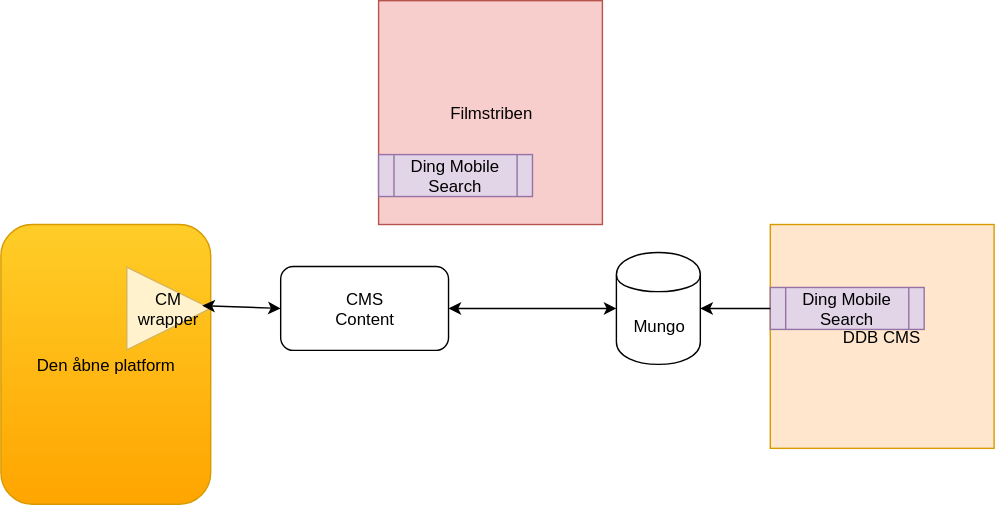
This is CMScontent_wrapper.svg from danskernesdigitalebibliotek/public, a draw.io export, as it was before one commit. Source tidied: cells renumbered, new cells last; positions are measured from the earlier drawing's top-left corner, leaving out a move shared by most shapes.
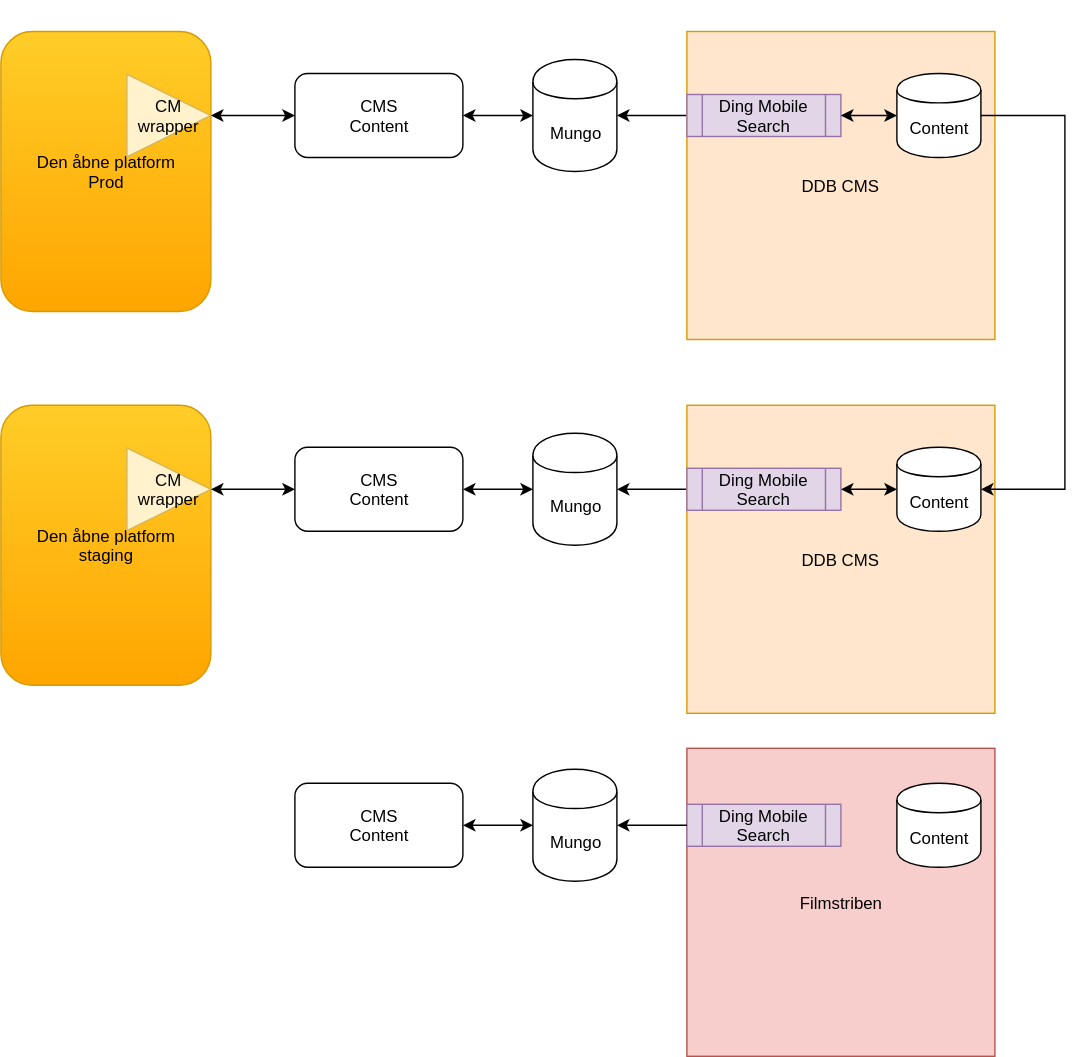
After the commit.

Change to the diagram source:
```diff
@@ -2,44 +2,121 @@
   <root>
     <mxCell id="0" />
     <mxCell id="1" parent="0" />
-    <mxCell id="2" value="Den åbne platform" style="rounded=1;whiteSpace=wrap;html=1;fillColor=#ffcd28;strokeColor=#d79b00;gradientColor=#ffa500;" parent="1" vertex="1">
-      <mxGeometry y="160" width="150" height="200" as="geometry" />
+    <mxCell id="2" value="Den åbne platform&lt;div&gt;Prod&lt;/div&gt;" style="rounded=1;whiteSpace=wrap;html=1;fillColor=#ffcd28;strokeColor=#d79b00;gradientColor=#ffa500;" parent="1" vertex="1">
+      <mxGeometry x="-10" y="58" width="150" height="200" as="geometry" />
     </mxCell>
     <mxCell id="3" value="CM&lt;br&gt;wrapper" style="triangle;whiteSpace=wrap;html=1;fillColor=#fff2cc;strokeColor=#d6b656;" parent="2" vertex="1">
       <mxGeometry x="90" y="30.5" width="60" height="59.1" as="geometry" />
     </mxCell>
-    <mxCell id="4" value="Filmstriben" style="whiteSpace=wrap;html=1;fillColor=#f8cecc;strokeColor=#b85450;" parent="1" vertex="1">
-      <mxGeometry x="270" width="160" height="160" as="geometry" />
-    </mxCell>
-    <mxCell id="5" style="endArrow=classic;startArrow=classic;html=1;entryX=0;entryY=0.5;exitX=0.9;exitY=0.468;exitPerimeter=0;" parent="1" edge="1" source="3" target="8">
+    <mxCell id="5" style="endArrow=classic;startArrow=classic;html=1;entryX=0;entryY=0.5;exitX=1;exitY=0.5;edgeStyle=orthogonalEdgeStyle;" parent="1" edge="1" source="3" target="8">
       <mxGeometry relative="1" as="geometry" />
     </mxCell>
     <mxCell id="6" style="edgeStyle=orthogonalEdgeStyle;rounded=0;html=1;exitX=0.5;exitY=1;entryX=0.5;entryY=1;jettySize=auto;orthogonalLoop=1;fillColor=#e1d5e7;strokeColor=#9673a6;" parent="1" edge="1">
       <mxGeometry relative="1" as="geometry">
-        <mxPoint x="310" y="145" as="sourcePoint" />
-        <mxPoint x="310" y="145" as="targetPoint" />
+        <mxPoint x="340" y="43" as="sourcePoint" />
+        <mxPoint x="340" y="43" as="targetPoint" />
       </mxGeometry>
     </mxCell>
     <mxCell id="7" value="Mungo" style="shape=cylinder;whiteSpace=wrap;html=1;boundedLbl=1;" parent="1" vertex="1">
-      <mxGeometry x="440" y="180" width="60" height="80" as="geometry" />
+      <mxGeometry x="370" y="78" width="60" height="80" as="geometry" />
     </mxCell>
     <mxCell id="8" value="&lt;span&gt;CMS&lt;/span&gt;&lt;br&gt;&lt;span&gt;Content&lt;/span&gt;" style="rounded=1;whiteSpace=wrap;html=1;" parent="1" vertex="1">
-      <mxGeometry x="200" y="190" width="120" height="60" as="geometry" />
+      <mxGeometry x="200" y="88" width="120" height="60" as="geometry" />
     </mxCell>
+    <mxCell id="11" style="endArrow=classic;html=1;exitX=0;exitY=0.5;entryX=1;entryY=0.5;" parent="1" edge="1" source="10" target="7">
+      <mxGeometry relative="1" as="geometry" />
+    </mxCell>
+    <mxCell id="13" style="endArrow=classic;startArrow=classic;html=1;entryX=1;entryY=0.5;exitX=0;exitY=0.5;" parent="1" edge="1" source="7" target="8">
+      <mxGeometry relative="1" as="geometry" />
+    </mxCell>
+    <mxCell id="14" style="group;" parent="1" vertex="1">
+      <mxGeometry x="480" y="58" width="220" height="220" as="geometry" />
+    </mxCell>
-    <mxCell id="9" value="DDB CMS" style="whiteSpace=wrap;html=1;fillColor=#ffe6cc;strokeColor=#d79b00;" parent="1" vertex="1">
-      <mxGeometry x="550" y="160" width="160" height="160" as="geometry" />
+    <mxCell id="9" value="DDB CMS" style="whiteSpace=wrap;html=1;fillColor=#ffe6cc;strokeColor=#d79b00;" parent="14" vertex="1">
+      <mxGeometry width="220" height="220" as="geometry" />
     </mxCell>
-    <mxCell id="10" value="Ding Mobile Search" style="shape=process;whiteSpace=wrap;html=1;fillColor=#e1d5e7;strokeColor=#9673a6;" parent="1" vertex="1">
-      <mxGeometry x="550" y="205" width="110" height="30" as="geometry" />
+    <mxCell id="10" value="Ding Mobile Search" style="shape=process;whiteSpace=wrap;html=1;fillColor=#e1d5e7;strokeColor=#9673a6;" parent="14" vertex="1">
+      <mxGeometry y="45" width="110" height="30" as="geometry" />
     </mxCell>
-    <mxCell id="11" style="endArrow=classic;html=1;exitX=0;exitY=0.5;entryX=1;entryY=0.5;" parent="1" edge="1" source="10" target="7">
-      <mxGeometry relative="1" as="geometry" />
-    </mxCell>
+    <mxCell id="15" value="Content" style="shape=cylinder;whiteSpace=wrap;html=1;boundedLbl=1;" parent="14" vertex="1">
+      <mxGeometry x="150" y="30" width="60" height="60" as="geometry" />
+    </mxCell>
+    <mxCell id="16" style="endArrow=classic;startArrow=classic;html=1;exitX=0;exitY=0.5;entryX=1;entryY=0.5;" parent="14" edge="1" source="15" target="10">
+      <mxGeometry relative="1" as="geometry" />
+    </mxCell>
+    <mxCell id="17" value="Den åbne platform&lt;div&gt;staging&lt;/div&gt;" style="rounded=1;whiteSpace=wrap;html=1;fillColor=#ffcd28;strokeColor=#d79b00;gradientColor=#ffa500;" parent="1" vertex="1">
+      <mxGeometry x="-10" y="325" width="150" height="200" as="geometry" />
+    </mxCell>
+    <mxCell id="18" value="CM&lt;br&gt;wrapper" style="triangle;whiteSpace=wrap;html=1;fillColor=#fff2cc;strokeColor=#d6b656;" parent="17" vertex="1">
+      <mxGeometry x="90" y="30.5" width="60" height="59.1" as="geometry" />
+    </mxCell>
+    <mxCell id="19" style="endArrow=classic;startArrow=classic;html=1;entryX=0;entryY=0.5;exitX=1;exitY=0.5;" parent="1" edge="1" source="18" target="22">
+      <mxGeometry relative="1" as="geometry" />
+    </mxCell>
+    <mxCell id="20" style="edgeStyle=orthogonalEdgeStyle;rounded=0;html=1;exitX=0.5;exitY=1;entryX=0.5;entryY=1;jettySize=auto;orthogonalLoop=1;fillColor=#e1d5e7;strokeColor=#9673a6;" parent="1" edge="1">
+      <mxGeometry relative="1" as="geometry">
+        <mxPoint x="340" y="310" as="sourcePoint" />
+        <mxPoint x="340" y="310" as="targetPoint" />
+      </mxGeometry>
+    </mxCell>
+    <mxCell id="21" value="Mungo" style="shape=cylinder;whiteSpace=wrap;html=1;boundedLbl=1;" parent="1" vertex="1">
+      <mxGeometry x="370" y="345" width="60" height="80" as="geometry" />
+    </mxCell>
+    <mxCell id="22" value="&lt;span&gt;CMS&lt;/span&gt;&lt;br&gt;&lt;span&gt;Content&lt;/span&gt;" style="rounded=1;whiteSpace=wrap;html=1;" parent="1" vertex="1">
+      <mxGeometry x="200" y="355" width="120" height="60" as="geometry" />
+    </mxCell>
+    <mxCell id="23" style="endArrow=classic;html=1;exitX=0;exitY=0.5;entryX=1;entryY=0.5;" parent="1" edge="1" source="27" target="21">
+      <mxGeometry relative="1" as="geometry" />
+    </mxCell>
+    <mxCell id="24" style="endArrow=classic;startArrow=classic;html=1;entryX=1;entryY=0.5;exitX=0;exitY=0.5;" parent="1" edge="1" source="21" target="22">
+      <mxGeometry relative="1" as="geometry" />
+    </mxCell>
+    <mxCell id="25" style="group;" parent="1" vertex="1">
+      <mxGeometry x="480" y="325" width="220" height="220" as="geometry" />
+    </mxCell>
+    <mxCell id="26" value="DDB CMS" style="whiteSpace=wrap;html=1;fillColor=#ffe6cc;strokeColor=#d79b00;" parent="25" vertex="1">
+      <mxGeometry width="220" height="220" as="geometry" />
+    </mxCell>
+    <mxCell id="27" value="Ding Mobile Search" style="shape=process;whiteSpace=wrap;html=1;fillColor=#e1d5e7;strokeColor=#9673a6;" parent="25" vertex="1">
+      <mxGeometry y="45" width="110" height="30" as="geometry" />
+    </mxCell>
+    <mxCell id="28" value="Content" style="shape=cylinder;whiteSpace=wrap;html=1;boundedLbl=1;" parent="25" vertex="1">
+      <mxGeometry x="150" y="30" width="60" height="60" as="geometry" />
+    </mxCell>
+    <mxCell id="29" style="endArrow=classic;startArrow=classic;html=1;exitX=0;exitY=0.5;entryX=1;entryY=0.5;" parent="25" edge="1" source="28" target="27">
+      <mxGeometry relative="1" as="geometry" />
+    </mxCell>
+    <mxCell id="30" style="edgeStyle=orthogonalEdgeStyle;rounded=0;html=1;exitX=1;exitY=0.5;entryX=1;entryY=0.5;jettySize=auto;" parent="1" edge="1" source="15" target="28">
+      <mxGeometry relative="1" as="geometry">
+        <Array as="points">
+          <mxPoint x="750" y="118" />
+          <mxPoint x="750" y="385" />
+        </Array>
+      </mxGeometry>
+    </mxCell>
+    <mxCell id="31" style="group;" parent="1" vertex="1">
+      <mxGeometry x="480" y="570" width="220" height="220" as="geometry" />
+    </mxCell>
+    <mxCell id="4" value="Filmstriben" style="whiteSpace=wrap;html=1;fillColor=#f8cecc;strokeColor=#b85450;" parent="31" vertex="1">
+      <mxGeometry width="220" height="220" as="geometry" />
+    </mxCell>
-    <mxCell id="12" value="Ding Mobile Search" style="shape=process;whiteSpace=wrap;html=1;fillColor=#e1d5e7;strokeColor=#9673a6;" parent="1" vertex="1">
-      <mxGeometry x="270" y="110" width="110" height="30" as="geometry" />
+    <mxCell id="12" value="Ding Mobile Search" style="shape=process;whiteSpace=wrap;html=1;fillColor=#e1d5e7;strokeColor=#9673a6;" parent="31" vertex="1">
+      <mxGeometry y="40" width="110" height="30" as="geometry" />
     </mxCell>
-    <mxCell id="13" style="endArrow=classic;startArrow=classic;html=1;entryX=1;entryY=0.5;exitX=0;exitY=0.5;" parent="1" edge="1" source="7" target="8">
-      <mxGeometry relative="1" as="geometry" />
-    </mxCell>
+    <mxCell id="32" value="Content" style="shape=cylinder;whiteSpace=wrap;html=1;boundedLbl=1;" parent="31" vertex="1">
+      <mxGeometry x="150" y="25" width="60" height="60" as="geometry" />
+    </mxCell>
+    <mxCell id="33" value="Mungo" style="shape=cylinder;whiteSpace=wrap;html=1;boundedLbl=1;" parent="1" vertex="1">
+      <mxGeometry x="370" y="585" width="60" height="80" as="geometry" />
+    </mxCell>
+    <mxCell id="34" value="&lt;span&gt;CMS&lt;/span&gt;&lt;br&gt;&lt;span&gt;Content&lt;/span&gt;" style="rounded=1;whiteSpace=wrap;html=1;" parent="1" vertex="1">
+      <mxGeometry x="200" y="595" width="120" height="60" as="geometry" />
+    </mxCell>
+    <mxCell id="35" style="endArrow=classic;startArrow=classic;html=1;entryX=1;entryY=0.5;exitX=0;exitY=0.5;" parent="1" edge="1" source="33" target="34">
+      <mxGeometry relative="1" as="geometry" />
+    </mxCell>
+    <mxCell id="36" style="endArrow=classic;html=1;entryX=1;entryY=0.5;exitX=0;exitY=0.5;" parent="1" edge="1" source="12" target="33">
+      <mxGeometry relative="1" as="geometry" />
+    </mxCell>
   </root>
 </mxGraphModel>
```
